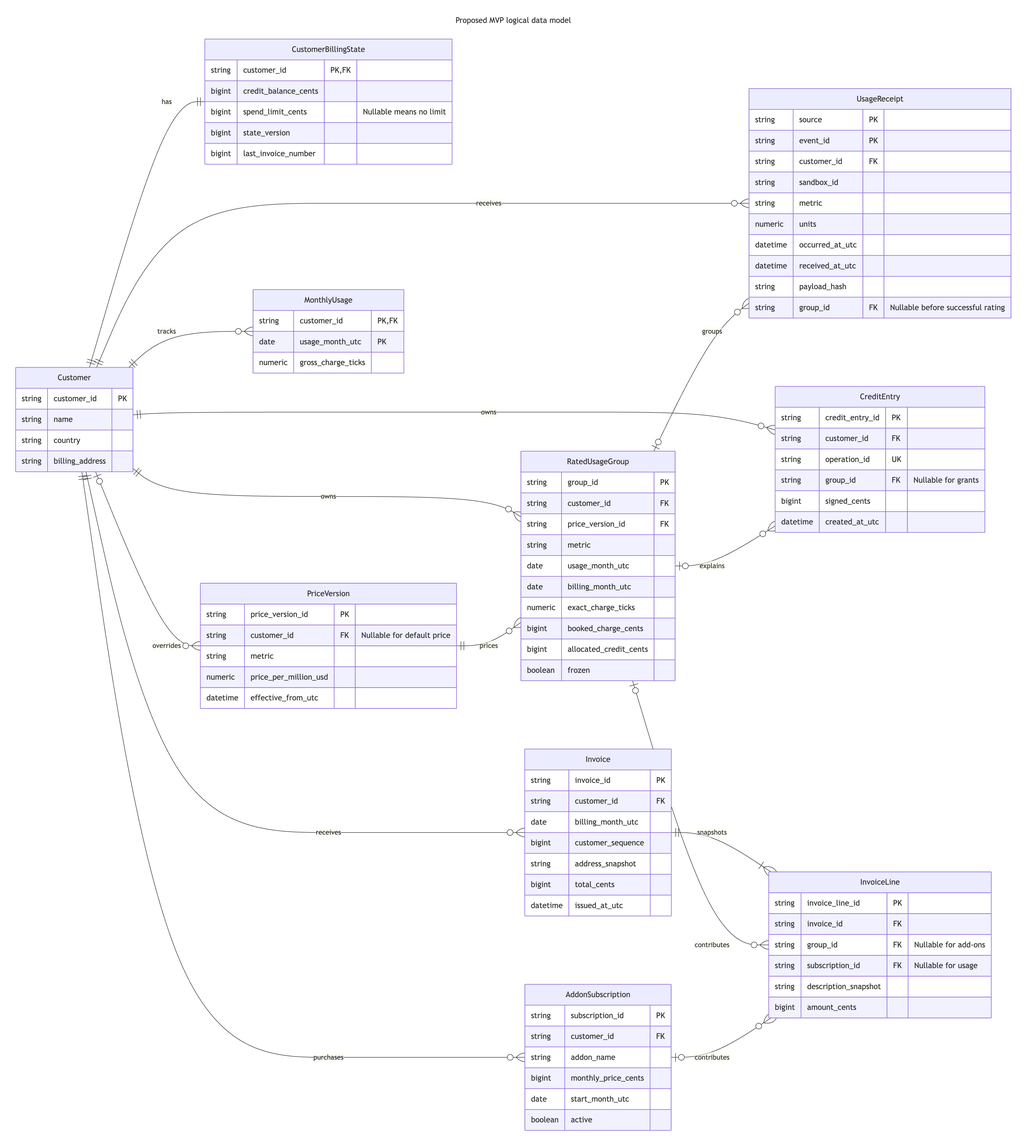
The Mermaid diagram docs/diagrams/data-model/data-model.png in pupitooo/e2b-billing-api, before a commit. Its source is kept beside it as docs/diagrams/data-model/data-model.mmd.
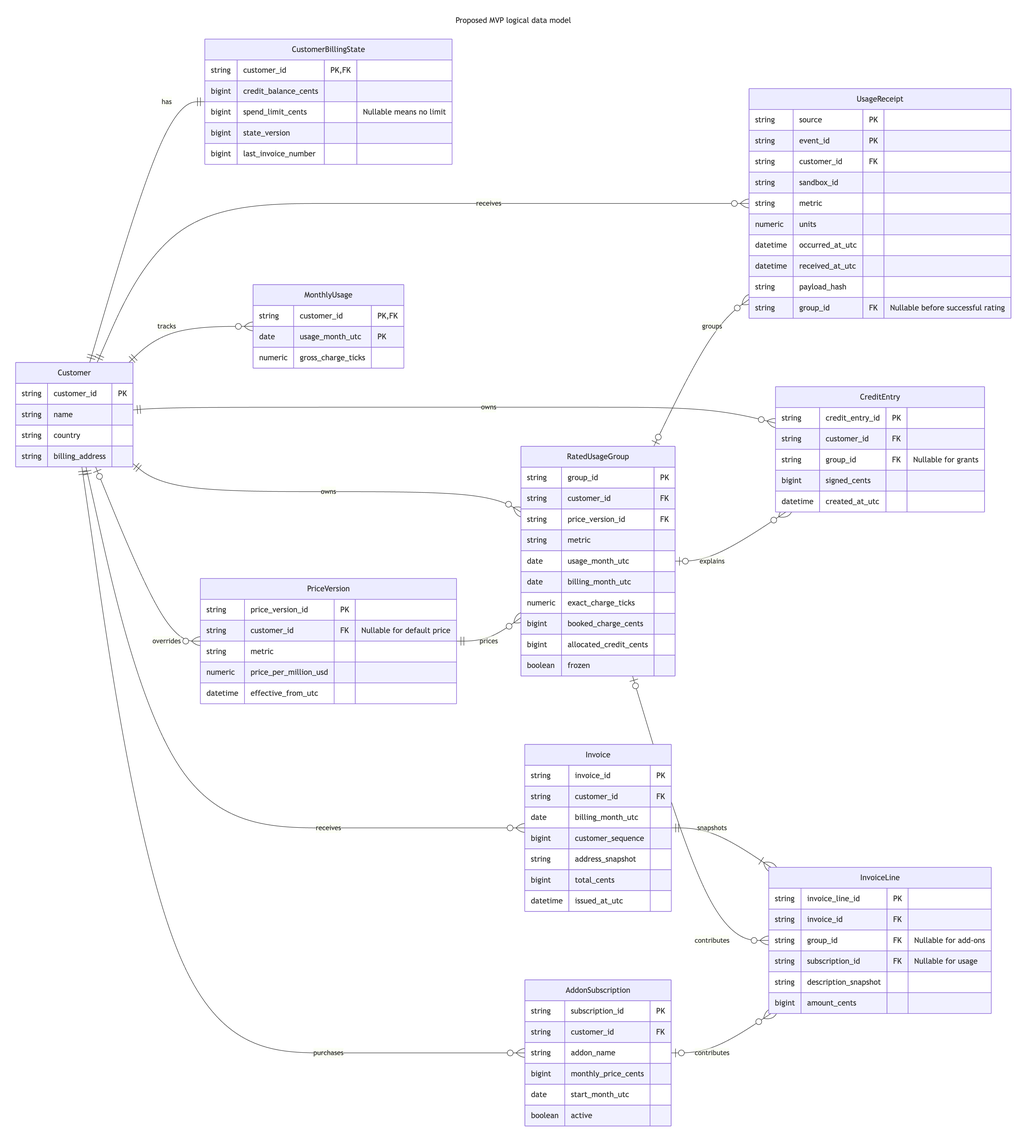
Above is the later version.

Diff of the diagram source:
```diff
@@ -70,7 +70,6 @@
     CreditEntry {
         string credit_entry_id PK
         string customer_id FK
-        string operation_id UK
         string group_id FK "Nullable for grants"
         bigint signed_cents
         datetime created_at_utc
```
